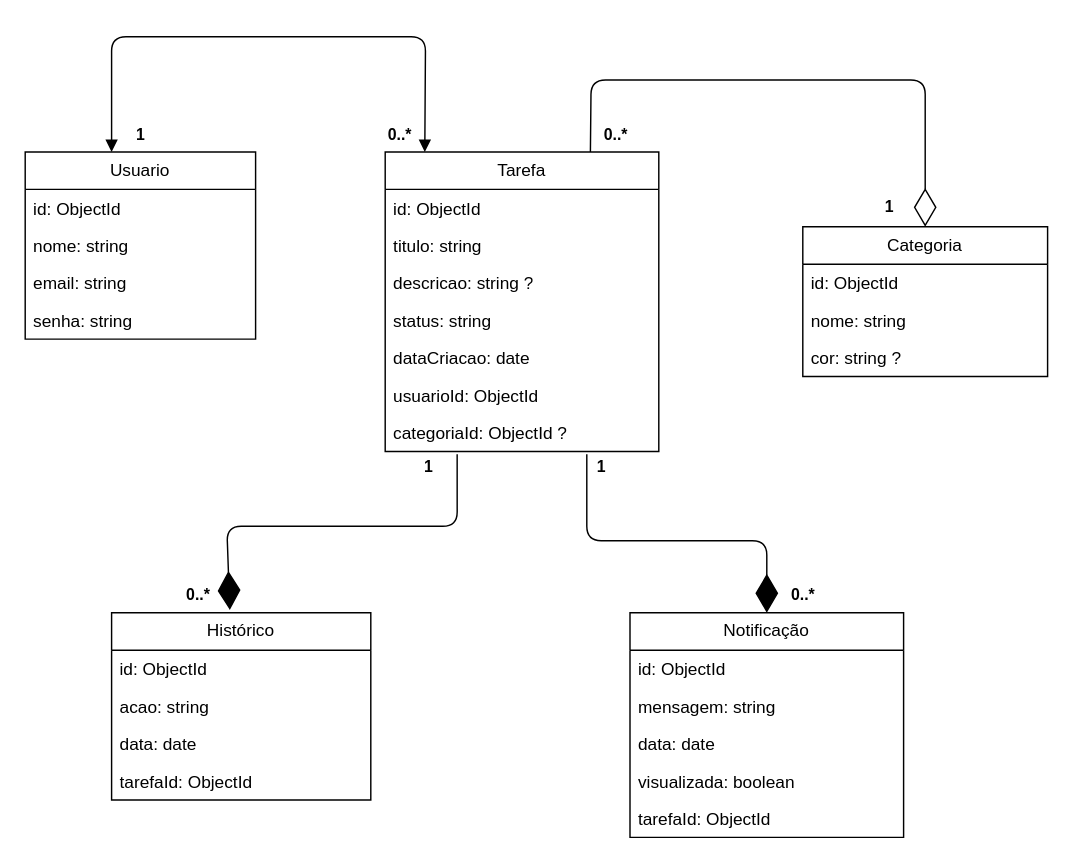
Before: docs/NoAM.drawio in FatecFranca/DSM-P3-G08-2026-1, a draw.io diagram. Source tidied: cells renumbered, new cells numbered last; positions are measured from the earlier drawing's top-left corner, leaving out a move shared by most shapes. Both pictures are drawn from the tidied source at 144%, with x=0, y=0 at pixel (24, 36).
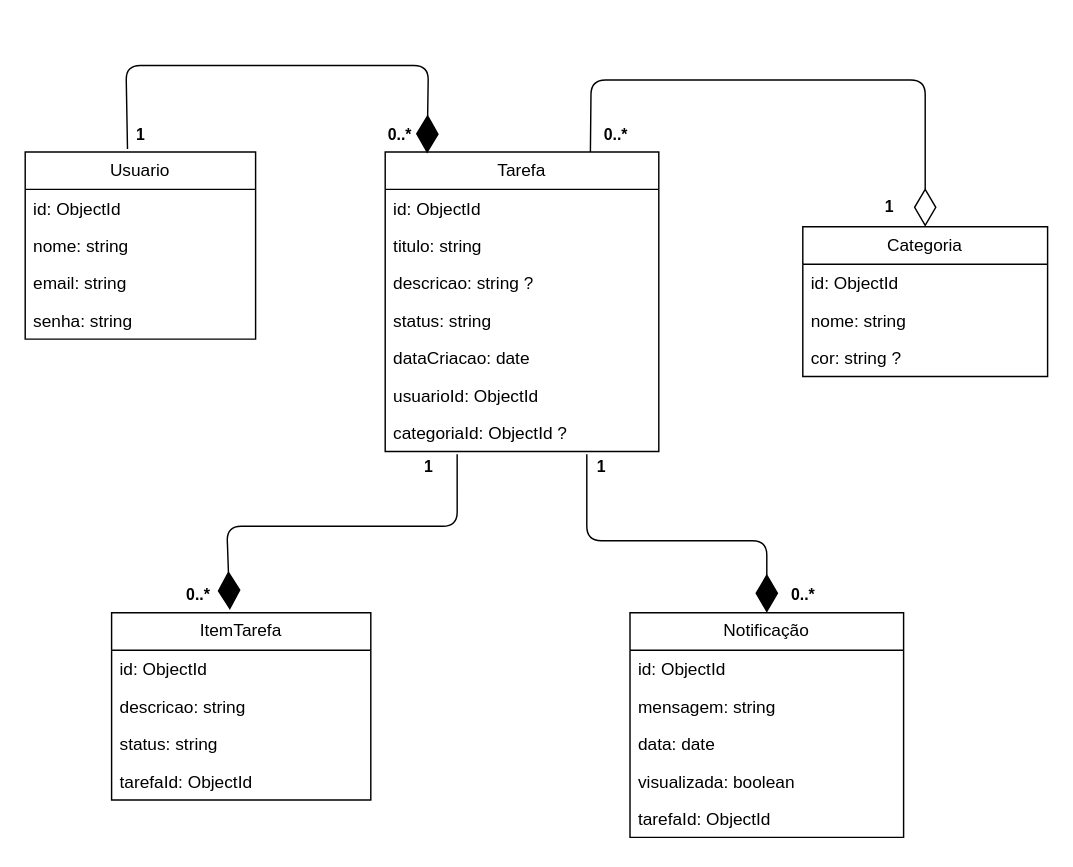
Above is the later version.

Commit message (it also covers changes not shown here):
Atualizando documentação

Unchanged cells that the change refers to:
```xml
<mxCell id="2" value="Usuario" style="swimlane;fontStyle=0;horizontal=1;startSize=26;fillColor=none;whiteSpace=wrap;html=1;" parent="1" vertex="1">
  <mxGeometry y="80" width="160" height="130" as="geometry" />
</mxCell>
<mxCell id="7" value="Tarefa" style="swimlane;fontStyle=0;horizontal=1;startSize=26;fillColor=none;whiteSpace=wrap;html=1;" parent="1" vertex="1">
  <mxGeometry x="250" y="80" width="190" height="208" as="geometry" />
</mxCell>
```

The edit, as a diff of the source:
```diff
@@
-    <mxCell id="25" value="Histórico" style="swimlane;fontStyle=0;horizontal=1;startSize=26;fillColor=none;whiteSpace=wrap;html=1;" parent="1" vertex="1">
+    <mxCell id="25" value="ItemTarefa" style="swimlane;fontStyle=0;horizontal=1;startSize=26;fillColor=none;whiteSpace=wrap;html=1;" parent="1" vertex="1">
       <mxGeometry x="60" y="400" width="180" height="130" as="geometry" />
     </mxCell>
@@
-    <mxCell id="27" value="acao: string&amp;nbsp;" style="text;strokeColor=none;fillColor=none;align=left;verticalAlign=top;spacingLeft=4;spacingRight=4;overflow=hidden;whiteSpace=wrap;html=1;" parent="25" vertex="1">
+    <mxCell id="27" value="descricao: string" style="text;strokeColor=none;fillColor=none;align=left;verticalAlign=top;spacingLeft=4;spacingRight=4;overflow=hidden;whiteSpace=wrap;html=1;" parent="25" vertex="1">
       <mxGeometry y="52" width="180" height="26" as="geometry" />
     </mxCell>
-    <mxCell id="28" value="data: date&amp;nbsp;" style="text;strokeColor=none;fillColor=none;align=left;verticalAlign=top;spacingLeft=4;spacingRight=4;overflow=hidden;whiteSpace=wrap;html=1;" parent="25" vertex="1">
+    <mxCell id="28" value="status: string" style="text;strokeColor=none;fillColor=none;align=left;verticalAlign=top;spacingLeft=4;spacingRight=4;overflow=hidden;whiteSpace=wrap;html=1;" parent="25" vertex="1">
       <mxGeometry y="78" width="180" height="26" as="geometry" />
     </mxCell>
@@
-    <mxCell id="30" style="endArrow=block;startArrow=block;endFill=1;startFill=1;html=1;entryX=0.25;entryY=0;entryDx=0;entryDy=0;exitX=0.5;exitY=0;exitDx=0;exitDy=0;" parent="1" edge="1">
-      <mxGeometry relative="1" as="geometry">
-        <mxPoint x="60" y="80" as="sourcePoint" />
-        <mxPoint x="277.5" y="80" as="targetPoint" />
-        <Array as="points">
-          <mxPoint x="60" />
-          <mxPoint x="278" />
-        </Array>
-      </mxGeometry>
-    </mxCell>
@@
+    <mxCell id="42" style="endArrow=diamondThin;endFill=1;endSize=24;html=1;entryX=0.153;entryY=0.005;entryDx=0;entryDy=0;entryPerimeter=0;exitX=0.444;exitY=-0.015;exitDx=0;exitDy=0;exitPerimeter=0;" parent="1" edge="1" source="2" target="7">
+      <mxGeometry relative="1" as="geometry">
+        <Array as="points">
+          <mxPoint x="70" y="20" />
+          <mxPoint x="280" y="20" />
+        </Array>
+      </mxGeometry>
+    </mxCell>
```
